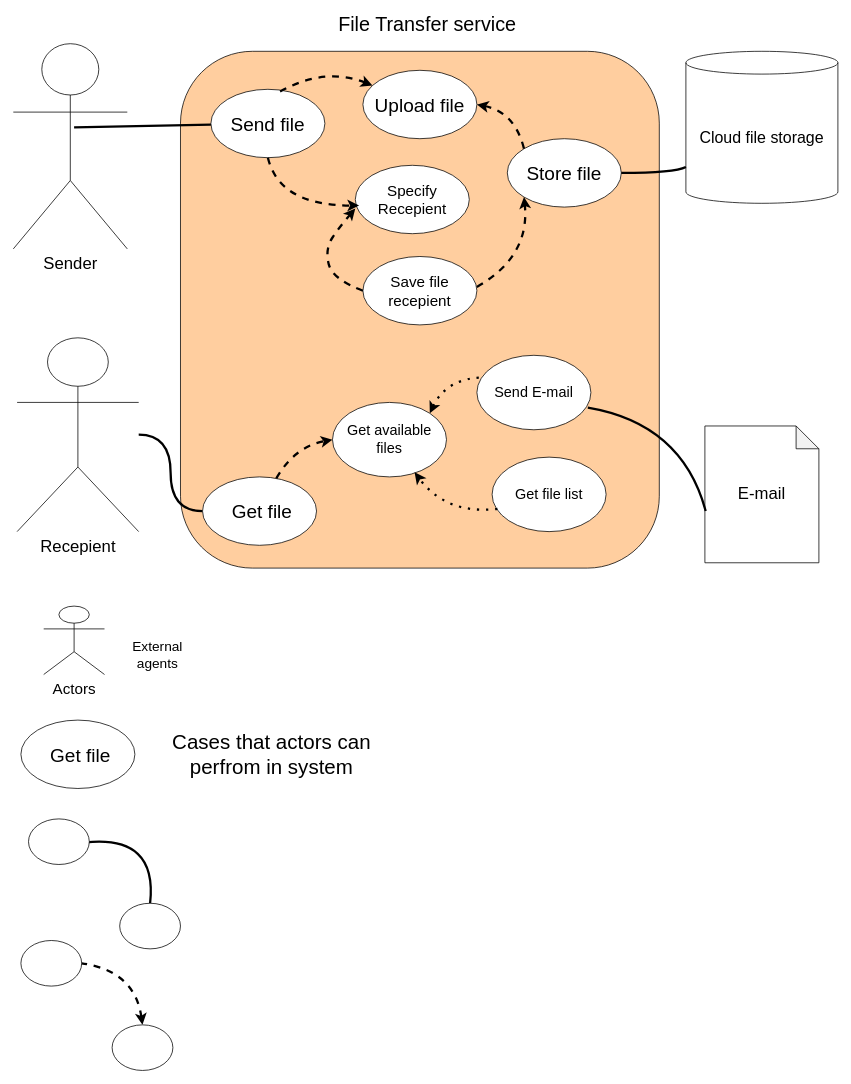
The draw.io diagram file_exchanger/docs/usecases.drawio in gorohovIlya/test-git-gorohov, before the edit. Source tidied: cells renumbered, new cells numbered last; positions are measured from the earlier drawing's top-left corner, leaving out a move shared by most shapes. Both pictures are drawn from the tidied source at 76%, with x=0, y=0 at pixel (13, 13).
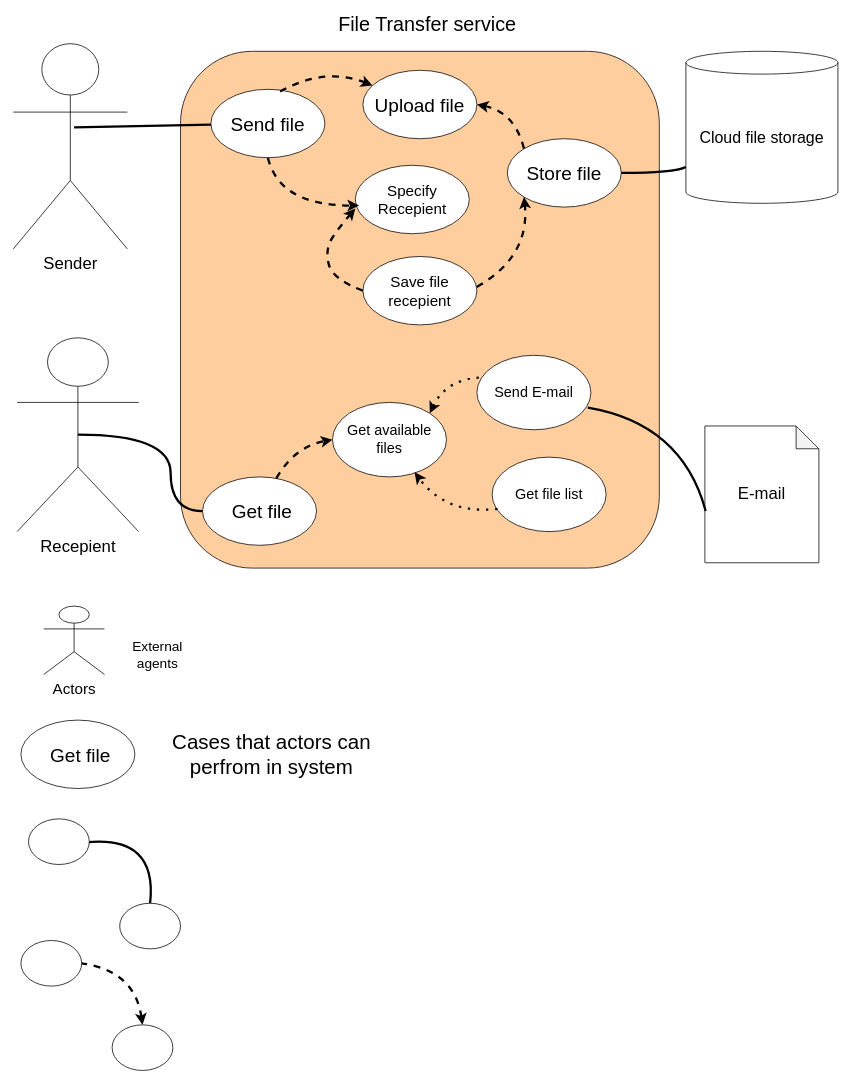
Above is the later version.

Unchanged cells that the change refers to:
```xml
<mxCell id="3" value="Recepient" style="shape=umlActor;verticalLabelPosition=bottom;verticalAlign=top;html=1;outlineConnect=0;fontSize=22;" parent="1" vertex="1">
  <mxGeometry x="5" y="427" width="160" height="255" as="geometry" />
</mxCell>
<mxCell id="9" value="&lt;font style=&quot;font-size: 25px;&quot;&gt;&amp;nbsp;Get file&lt;/font&gt;" style="ellipse;whiteSpace=wrap;html=1;" parent="1" vertex="1">
  <mxGeometry x="249" y="610" width="150" height="90" as="geometry" />
</mxCell>
```

Change to the diagram source:
```diff
@@
-    <mxCell id="8" style="edgeStyle=orthogonalEdgeStyle;rounded=0;jettySize=auto;html=1;exitX=0;exitY=0.5;exitDx=0;exitDy=0;endArrow=none;endFill=0;strokeWidth=3;curved=1;" parent="1" edge="1" source="9" target="3">
+    <mxCell id="8" style="edgeStyle=orthogonalEdgeStyle;rounded=0;jettySize=auto;html=1;exitX=0;exitY=0.5;exitDx=0;exitDy=0;endArrow=none;endFill=0;strokeWidth=3;curved=1;entryX=0.5;entryY=0.5;entryDx=0;entryDy=0;entryPerimeter=0;" parent="1" edge="1" source="9" target="3">
       <mxGeometry relative="1" as="geometry" />
     </mxCell>
```
